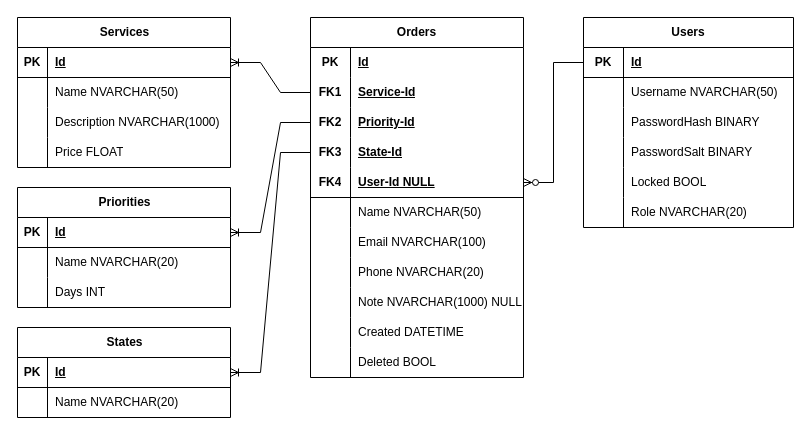
The draw.io diagram files/Datenbankentwurf.drawio in fokklz/295-ski-service-management, before the edit. Source tidied: cells renumbered, new cells numbered last; positions are measured from the earlier drawing's top-left corner, leaving out a move shared by most shapes. Both pictures are drawn from the tidied source at 100%, with x=0, y=0 at pixel (17, 17).
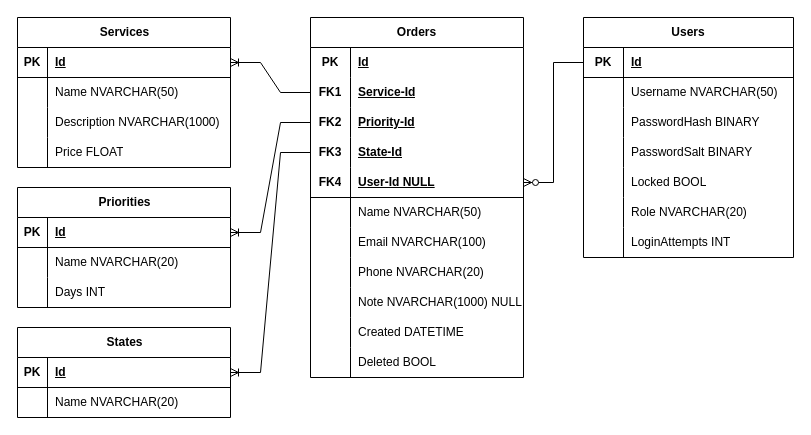
The same page after the edit.

What changed in the source:
```diff
@@
     <mxCell id="15" value="Users" style="shape=table;startSize=30;childLayout=tableLayout;rowLines=0;fontStyle=1;align=center;html=1;whiteSpace=wrap;" parent="1" vertex="1">
-      <mxGeometry x="566" width="210" height="210" as="geometry" />
+      <mxGeometry x="566" width="210" height="240" as="geometry" />
     </mxCell>
@@
+    <mxCell id="89" style="shape=tableRow;horizontal=0;startSize=0;swimlaneHead=0;swimlaneBody=0;fillColor=none;top=0;left=0;right=0;bottom=0;html=1;" parent="15" vertex="1">
+      <mxGeometry y="210" width="210" height="30" as="geometry" />
+    </mxCell>
+    <mxCell id="90" style="shape=partialRectangle;fillColor=none;top=0;left=0;bottom=0;right=0;overflow=hidden;html=1;whiteSpace=wrap;" parent="89" vertex="1">
+      <mxGeometry width="40" height="30" as="geometry" />
+    </mxCell>
+    <mxCell id="91" value="LoginAttempts INT" style="shape=partialRectangle;fillColor=none;top=0;left=0;bottom=0;right=0;align=left;spacingLeft=6;overflow=hidden;html=1;whiteSpace=wrap;" parent="89" vertex="1">
+      <mxGeometry x="40" width="170" height="30" as="geometry" />
+    </mxCell>
```
